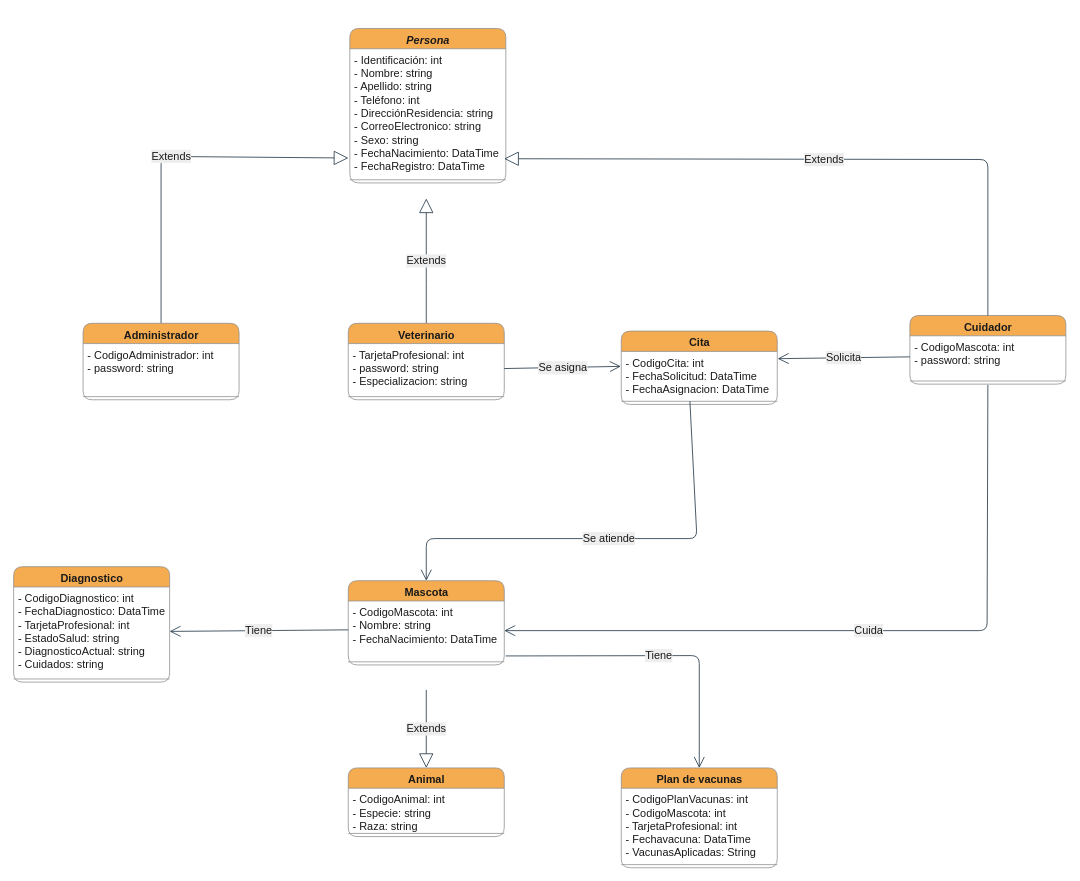
Above: page "Diagrama de entidad" (2 of 5) of Diagramas.drawio in juandabi/teleVeterinaria (draw.io), before the change. Source tidied: cells renumbered, new cells numbered last; positions are measured from the earlier drawing's top-left corner, leaving out a move shared by most shapes. Both pictures are drawn from the tidied source at 78%, with x=0, y=0 at pixel (13, 28).
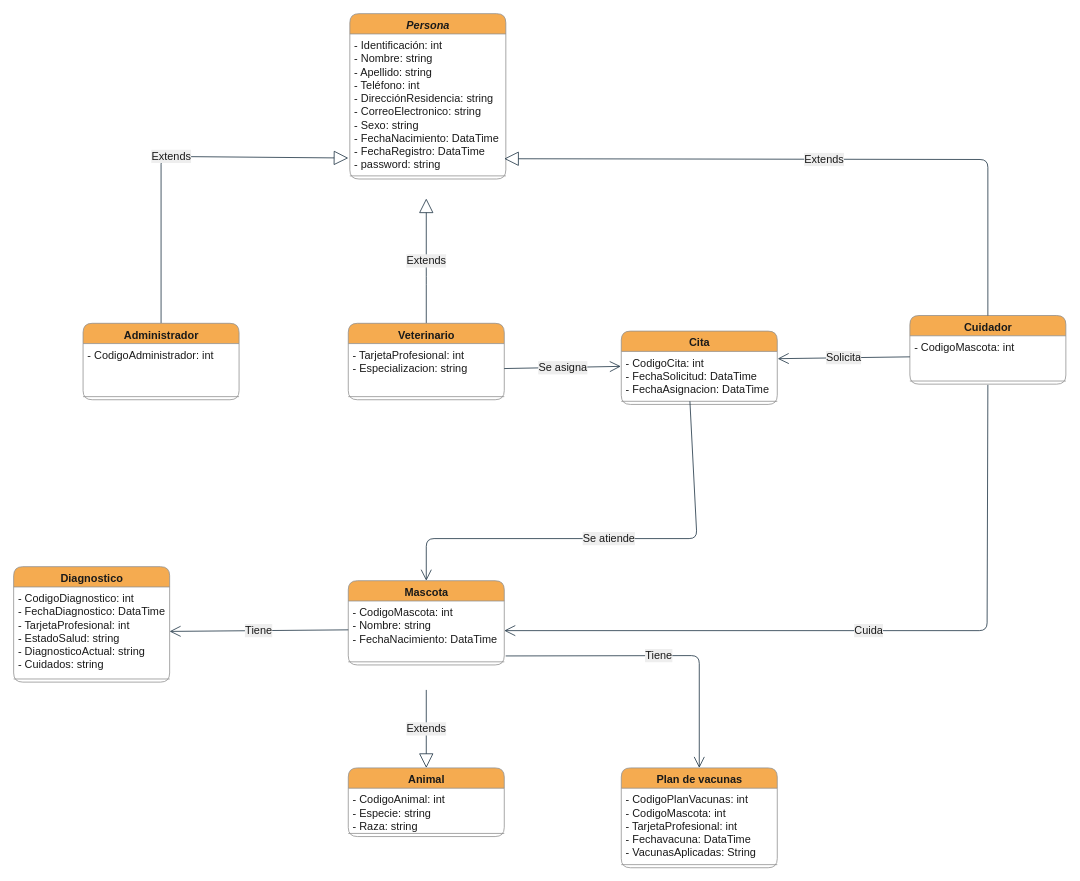
Above is the later version.

Unchanged cells that the change refers to:
```xml
<mxCell id="10" value="Administrador" style="swimlane;fontStyle=1;align=center;verticalAlign=top;horizontal=1;startSize=26;fontSize=14;html=1;rounded=1;fillColor=#F5AB50;strokeColor=#909090;fontColor=#1A1A1A;" parent="1" vertex="1">
  <mxGeometry x="89" y="378" width="200" height="98" as="geometry" />
</mxCell>
<mxCell id="13" value="Veterinario" style="swimlane;fontStyle=1;align=center;verticalAlign=top;horizontal=1;startSize=26;fontSize=14;html=1;rounded=1;fillColor=#F5AB50;strokeColor=#909090;fontColor=#1A1A1A;" parent="1" vertex="1">
  <mxGeometry x="429" y="378" width="200" height="98" as="geometry" />
</mxCell>
<mxCell id="16" value="Cuidador" style="swimlane;fontStyle=1;align=center;verticalAlign=top;horizontal=1;startSize=26;fontSize=14;html=1;rounded=1;fillColor=#F5AB50;strokeColor=#909090;fontColor=#1A1A1A;" parent="1" vertex="1">
  <mxGeometry x="1149" y="368" width="200" height="88" as="geometry" />
</mxCell>
```

The edit, as a diff of the source:
```diff
@@
     <mxCell id="2" value="&lt;i&gt;Persona&lt;/i&gt;" style="swimlane;fontStyle=1;align=center;verticalAlign=top;horizontal=1;startSize=26;fontSize=14;html=1;rounded=1;fillColor=#F5AB50;strokeColor=#909090;fontColor=#1A1A1A;" parent="1" vertex="1">
-      <mxGeometry x="431" width="200" height="198" as="geometry" />
+      <mxGeometry x="431" y="-19" width="200" height="212" as="geometry" />
     </mxCell>
-    <mxCell id="3" value="- Identificación: int&#10;- Nombre: string&#10;- Apellido: string&#10;- Teléfono: int&#10;- DirecciónResidencia: string&#10;- CorreoElectronico: string&#10;- Sexo: string&#10;- FechaNacimiento: DataTime&#10;- FechaRegistro: DataTime" style="text;strokeColor=none;fillColor=none;align=left;verticalAlign=top;spacingLeft=4;spacingRight=4;overflow=hidden;fontSize=14;rounded=1;fontColor=#1A1A1A;" parent="2" vertex="1">
-      <mxGeometry y="26" width="200" height="164" as="geometry" />
+    <mxCell id="3" value="- Identificación: int&#10;- Nombre: string&#10;- Apellido: string&#10;- Teléfono: int&#10;- DirecciónResidencia: string&#10;- CorreoElectronico: string&#10;- Sexo: string&#10;- FechaNacimiento: DataTime&#10;- FechaRegistro: DataTime&#10;- password: string" style="text;strokeColor=none;fillColor=none;align=left;verticalAlign=top;spacingLeft=4;spacingRight=4;overflow=hidden;fontSize=14;rounded=1;fontColor=#1A1A1A;" parent="2" vertex="1">
+      <mxGeometry y="26" width="200" height="178" as="geometry" />
     </mxCell>
     <mxCell id="4" style="line;strokeWidth=1;fillColor=none;align=left;verticalAlign=middle;spacingTop=-1;spacingLeft=3;spacingRight=3;labelPosition=right;rounded=1;strokeColor=#909090;fontColor=#1A1A1A;labelBackgroundColor=#EEEEEE;" parent="2" vertex="1">
-      <mxGeometry y="190" width="200" height="8" as="geometry" />
+      <mxGeometry y="204" width="200" height="8" as="geometry" />
     </mxCell>
@@
-    <mxCell id="11" value="- CodigoAdministrador: int&#10;- password: string" style="text;strokeColor=none;fillColor=none;align=left;verticalAlign=top;spacingLeft=4;spacingRight=4;overflow=hidden;fontSize=14;rounded=1;fontColor=#1A1A1A;" parent="10" vertex="1">
+    <mxCell id="11" value="- CodigoAdministrador: int&#10;" style="text;strokeColor=none;fillColor=none;align=left;verticalAlign=top;spacingLeft=4;spacingRight=4;overflow=hidden;fontSize=14;rounded=1;fontColor=#1A1A1A;" parent="10" vertex="1">
       <mxGeometry y="26" width="200" height="64" as="geometry" />
     </mxCell>
@@
-    <mxCell id="14" value="- TarjetaProfesional: int&#10;- password: string&#10;- Especializacion: string" style="text;strokeColor=none;fillColor=none;align=left;verticalAlign=top;spacingLeft=4;spacingRight=4;overflow=hidden;points=[[0,0.5],[1,0.5]];portConstraint=eastwest;fontSize=14;rounded=1;fontColor=#1A1A1A;" parent="13" vertex="1">
+    <mxCell id="14" value="- TarjetaProfesional: int&#10;- Especializacion: string" style="text;strokeColor=none;fillColor=none;align=left;verticalAlign=top;spacingLeft=4;spacingRight=4;overflow=hidden;points=[[0,0.5],[1,0.5]];portConstraint=eastwest;fontSize=14;rounded=1;fontColor=#1A1A1A;" parent="13" vertex="1">
       <mxGeometry y="26" width="200" height="64" as="geometry" />
     </mxCell>
@@
-    <mxCell id="17" value="- CodigoMascota: int&#10;- password: string" style="text;strokeColor=none;fillColor=none;align=left;verticalAlign=top;spacingLeft=4;spacingRight=4;overflow=hidden;points=[[0,0.5],[1,0.5]];portConstraint=eastwest;fontSize=14;rounded=1;fontColor=#1A1A1A;" parent="16" vertex="1">
+    <mxCell id="17" value="- CodigoMascota: int&#10;" style="text;strokeColor=none;fillColor=none;align=left;verticalAlign=top;spacingLeft=4;spacingRight=4;overflow=hidden;points=[[0,0.5],[1,0.5]];portConstraint=eastwest;fontSize=14;rounded=1;fontColor=#1A1A1A;" parent="16" vertex="1">
       <mxGeometry y="26" width="200" height="54" as="geometry" />
     </mxCell>
```
